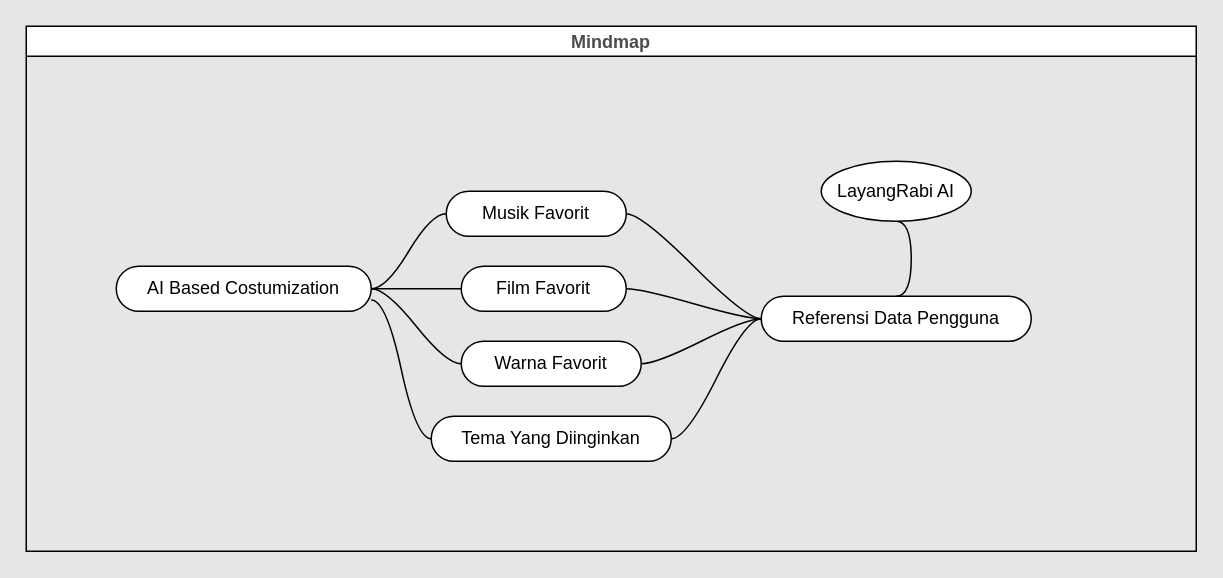
Lucifwr233/Tugas_kuliah keeps this draw.io diagram as Layang Rabi Mindmap.drawio. Above is the earlier version. Source tidied: cells renumbered, new cells numbered last; positions are measured from the earlier drawing's top-left corner, leaving out a move shared by most shapes. Both pictures are drawn from the tidied source at 150%, with x=0, y=0 at pixel (26, 26).
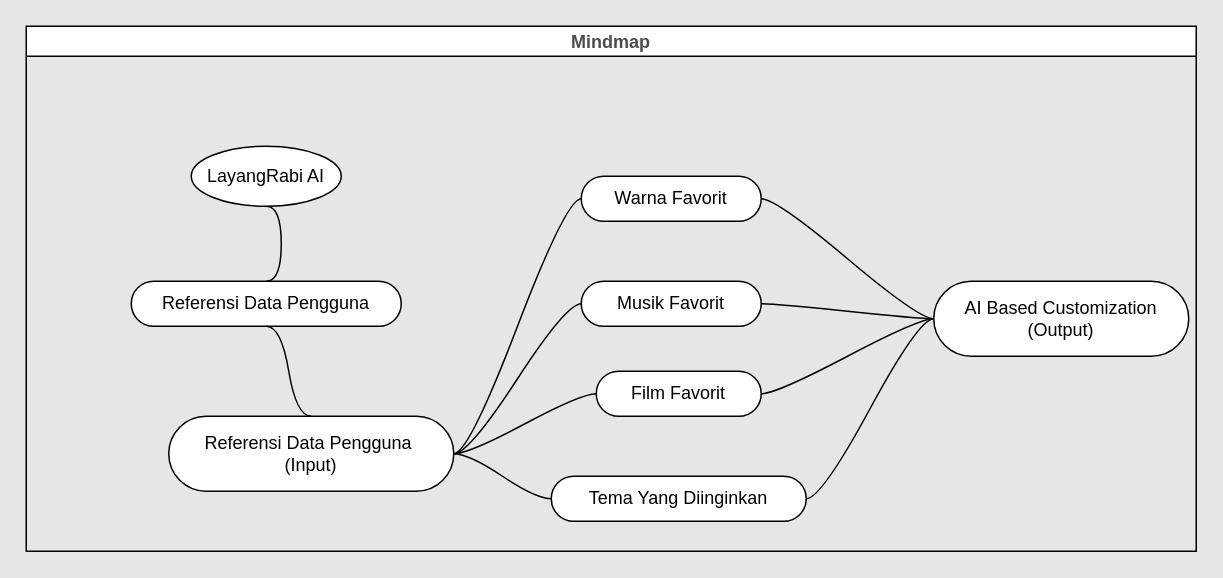
The same page after the edit.

Unchanged cells that the change refers to:
```xml
<mxCell id="2" value="Mindmap" style="swimlane;startSize=20;horizontal=1;containerType=tree;fontColor=#4D4D4D;" parent="1" vertex="1">
  <mxGeometry width="780" height="350" as="geometry" />
</mxCell>
```

What changed in the source:
```diff
@@
     <mxCell id="3" style="edgeStyle=entityRelationEdgeStyle;rounded=0;jettySize=auto;html=1;startArrow=none;endArrow=none;segment=10;curved=1;sourcePerimeterSpacing=0;targetPerimeterSpacing=0;exitX=0.5;exitY=0;exitDx=0;exitDy=0;entryX=0.5;entryY=1;entryDx=0;entryDy=0;" parent="2" edge="1" source="4" target="18">
-      <mxGeometry relative="1" as="geometry" />
+      <mxGeometry relative="1" as="geometry">
+        <Array as="points">
+          <mxPoint x="100" y="200" />
+          <mxPoint x="70" y="190" />
+          <mxPoint x="170" y="180" />
+        </Array>
+      </mxGeometry>
     </mxCell>
     <mxCell id="4" value="Referensi Data Pengguna" style="whiteSpace=wrap;html=1;rounded=1;arcSize=50;align=center;verticalAlign=middle;strokeWidth=1;spacing=4;newEdgeStyle={&quot;edgeStyle&quot;:&quot;entityRelationEdgeStyle&quot;,&quot;startArrow&quot;:&quot;none&quot;,&quot;endArrow&quot;:&quot;none&quot;,&quot;segment&quot;:10,&quot;curved&quot;:1,&quot;sourcePerimeterSpacing&quot;:0,&quot;targetPerimeterSpacing&quot;:0};" parent="2" vertex="1">
-      <mxGeometry x="490" y="180" width="180" height="30" as="geometry" />
+      <mxGeometry x="70" y="170" width="180" height="30" as="geometry" />
     </mxCell>
     <mxCell id="5" value="Musik Favorit" style="whiteSpace=wrap;html=1;rounded=1;arcSize=50;align=center;verticalAlign=middle;strokeWidth=1;spacing=4;newEdgeStyle={&quot;edgeStyle&quot;:&quot;entityRelationEdgeStyle&quot;,&quot;startArrow&quot;:&quot;none&quot;,&quot;endArrow&quot;:&quot;none&quot;,&quot;segment&quot;:10,&quot;curved&quot;:1,&quot;sourcePerimeterSpacing&quot;:0,&quot;targetPerimeterSpacing&quot;:0};" parent="2" vertex="1" collapsed="1">
-      <mxGeometry x="280" y="110" width="120" height="30" as="geometry" />
+      <mxGeometry x="370" y="170" width="120" height="30" as="geometry" />
     </mxCell>
-    <mxCell id="6" style="edgeStyle=entityRelationEdgeStyle;startArrow=none;endArrow=none;segment=10;curved=1;sourcePerimeterSpacing=0;targetPerimeterSpacing=0;rounded=0;" parent="2" edge="1" source="4" target="5">
+    <mxCell id="6" style="edgeStyle=entityRelationEdgeStyle;startArrow=none;endArrow=none;segment=10;curved=1;sourcePerimeterSpacing=0;targetPerimeterSpacing=0;rounded=0;exitX=1;exitY=0.5;exitDx=0;exitDy=0;" parent="2" edge="1" source="20" target="5">
       <mxGeometry relative="1" as="geometry" />
     </mxCell>
     <mxCell id="7" value="Film Favorit" style="whiteSpace=wrap;html=1;rounded=1;arcSize=50;align=center;verticalAlign=middle;strokeWidth=1;spacing=4;newEdgeStyle={&quot;edgeStyle&quot;:&quot;entityRelationEdgeStyle&quot;,&quot;startArrow&quot;:&quot;none&quot;,&quot;endArrow&quot;:&quot;none&quot;,&quot;segment&quot;:10,&quot;curved&quot;:1,&quot;sourcePerimeterSpacing&quot;:0,&quot;targetPerimeterSpacing&quot;:0};" parent="2" vertex="1">
-      <mxGeometry x="290" y="160" width="110" height="30" as="geometry" />
+      <mxGeometry x="380" y="230" width="110" height="30" as="geometry" />
     </mxCell>
-    <mxCell id="8" style="edgeStyle=entityRelationEdgeStyle;startArrow=none;endArrow=none;segment=10;curved=1;sourcePerimeterSpacing=0;targetPerimeterSpacing=0;rounded=0;" parent="2" edge="1" source="4" target="7">
-      <mxGeometry relative="1" as="geometry" />
+    <mxCell id="8" style="edgeStyle=entityRelationEdgeStyle;startArrow=none;endArrow=none;segment=10;curved=1;sourcePerimeterSpacing=0;targetPerimeterSpacing=0;rounded=0;exitX=1;exitY=0.5;exitDx=0;exitDy=0;" parent="2" edge="1" source="20" target="7">
+      <mxGeometry relative="1" as="geometry">
+        <Array as="points">
+          <mxPoint x="390" y="290" />
+        </Array>
+      </mxGeometry>
     </mxCell>
     <mxCell id="9" value="Warna Favorit" style="whiteSpace=wrap;html=1;rounded=1;arcSize=50;align=center;verticalAlign=middle;strokeWidth=1;spacing=4;newEdgeStyle={&quot;edgeStyle&quot;:&quot;entityRelationEdgeStyle&quot;,&quot;startArrow&quot;:&quot;none&quot;,&quot;endArrow&quot;:&quot;none&quot;,&quot;segment&quot;:10,&quot;curved&quot;:1,&quot;sourcePerimeterSpacing&quot;:0,&quot;targetPerimeterSpacing&quot;:0};" parent="2" vertex="1">
-      <mxGeometry x="290" y="210" width="120" height="30" as="geometry" />
+      <mxGeometry x="370" y="100" width="120" height="30" as="geometry" />
     </mxCell>
-    <mxCell id="10" style="edgeStyle=entityRelationEdgeStyle;startArrow=none;endArrow=none;segment=10;curved=1;sourcePerimeterSpacing=0;targetPerimeterSpacing=0;rounded=0;" parent="2" edge="1" source="4" target="9">
+    <mxCell id="10" style="edgeStyle=entityRelationEdgeStyle;startArrow=none;endArrow=none;segment=10;curved=1;sourcePerimeterSpacing=0;targetPerimeterSpacing=0;rounded=0;exitX=1;exitY=0.5;exitDx=0;exitDy=0;" parent="2" edge="1" source="20" target="9">
       <mxGeometry relative="1" as="geometry" />
     </mxCell>
-    <mxCell id="11" style="edgeStyle=entityRelationEdgeStyle;rounded=0;jettySize=auto;html=1;startArrow=none;endArrow=none;segment=10;curved=1;sourcePerimeterSpacing=0;targetPerimeterSpacing=0;" parent="2" edge="1" source="4" target="12">
-      <mxGeometry relative="1" as="geometry" />
+    <mxCell id="11" style="edgeStyle=entityRelationEdgeStyle;rounded=0;jettySize=auto;html=1;startArrow=none;endArrow=none;segment=10;curved=1;sourcePerimeterSpacing=0;targetPerimeterSpacing=0;exitX=1;exitY=0.5;exitDx=0;exitDy=0;" parent="2" edge="1" source="20" target="12">
+      <mxGeometry relative="1" as="geometry">
+        <Array as="points">
+          <mxPoint x="350" y="300" />
+          <mxPoint x="200" y="270" />
+        </Array>
+      </mxGeometry>
     </mxCell>
     <mxCell id="12" value="Tema Yang Diinginkan" style="whiteSpace=wrap;html=1;rounded=1;arcSize=50;align=center;verticalAlign=middle;strokeWidth=1;spacing=4;newEdgeStyle={&quot;edgeStyle&quot;:&quot;entityRelationEdgeStyle&quot;,&quot;startArrow&quot;:&quot;none&quot;,&quot;endArrow&quot;:&quot;none&quot;,&quot;segment&quot;:10,&quot;curved&quot;:1,&quot;sourcePerimeterSpacing&quot;:0,&quot;targetPerimeterSpacing&quot;:0};" parent="2" vertex="1">
-      <mxGeometry x="270" y="260" width="160" height="30" as="geometry" />
+      <mxGeometry x="350" y="300" width="170" height="30" as="geometry" />
     </mxCell>
-    <mxCell id="13" value="AI Based Costumization" style="whiteSpace=wrap;html=1;rounded=1;arcSize=50;align=center;verticalAlign=middle;strokeWidth=1;spacing=4;newEdgeStyle={&quot;edgeStyle&quot;:&quot;entityRelationEdgeStyle&quot;,&quot;startArrow&quot;:&quot;none&quot;,&quot;endArrow&quot;:&quot;none&quot;,&quot;segment&quot;:10,&quot;curved&quot;:1,&quot;sourcePerimeterSpacing&quot;:0,&quot;targetPerimeterSpacing&quot;:0};" parent="2" vertex="1" collapsed="1">
-      <mxGeometry x="60" y="160" width="170" height="30" as="geometry" />
+    <mxCell id="13" value="AI Based&amp;nbsp;Customization&lt;br&gt;(Output)" style="whiteSpace=wrap;html=1;rounded=1;arcSize=50;align=center;verticalAlign=middle;strokeWidth=1;spacing=4;newEdgeStyle={&quot;edgeStyle&quot;:&quot;entityRelationEdgeStyle&quot;,&quot;startArrow&quot;:&quot;none&quot;,&quot;endArrow&quot;:&quot;none&quot;,&quot;segment&quot;:10,&quot;curved&quot;:1,&quot;sourcePerimeterSpacing&quot;:0,&quot;targetPerimeterSpacing&quot;:0};" parent="2" vertex="1" collapsed="1">
+      <mxGeometry x="605" y="170" width="170" height="50" as="geometry" />
     </mxCell>
-    <mxCell id="14" style="edgeStyle=entityRelationEdgeStyle;startArrow=none;endArrow=none;segment=10;curved=1;sourcePerimeterSpacing=0;targetPerimeterSpacing=0;rounded=0;" parent="2" edge="1" source="5" target="13">
+    <mxCell id="14" style="edgeStyle=entityRelationEdgeStyle;startArrow=none;endArrow=none;segment=10;curved=1;sourcePerimeterSpacing=0;targetPerimeterSpacing=0;rounded=0;entryX=0;entryY=0.5;entryDx=0;entryDy=0;" parent="2" edge="1" source="5" target="13">
       <mxGeometry relative="1" as="geometry" />
     </mxCell>
@@
-    <mxCell id="17" style="edgeStyle=entityRelationEdgeStyle;rounded=0;jettySize=auto;html=1;startArrow=none;endArrow=none;segment=10;curved=1;sourcePerimeterSpacing=0;targetPerimeterSpacing=0;exitX=0;exitY=0.5;exitDx=0;exitDy=0;entryX=1;entryY=0.75;entryDx=0;entryDy=0;" parent="2" edge="1" source="12" target="13">
-      <mxGeometry relative="1" as="geometry" />
+    <mxCell id="17" style="edgeStyle=entityRelationEdgeStyle;rounded=0;jettySize=auto;html=1;startArrow=none;endArrow=none;segment=10;curved=1;sourcePerimeterSpacing=0;targetPerimeterSpacing=0;exitX=1;exitY=0.5;exitDx=0;exitDy=0;entryX=0;entryY=0.5;entryDx=0;entryDy=0;" parent="2" edge="1" source="12" target="13">
+      <mxGeometry relative="1" as="geometry">
+        <Array as="points">
+          <mxPoint x="240" y="300" />
+        </Array>
+      </mxGeometry>
     </mxCell>
     <mxCell id="18" value="LayangRabi AI" style="ellipse;whiteSpace=wrap;html=1;align=center;newEdgeStyle={&quot;edgeStyle&quot;:&quot;entityRelationEdgeStyle&quot;,&quot;startArrow&quot;:&quot;none&quot;,&quot;endArrow&quot;:&quot;none&quot;,&quot;segment&quot;:10,&quot;curved&quot;:1,&quot;sourcePerimeterSpacing&quot;:0,&quot;targetPerimeterSpacing&quot;:0};" parent="2" vertex="1">
-      <mxGeometry x="530" y="90" width="100" height="40" as="geometry" />
+      <mxGeometry x="110" y="80" width="100" height="40" as="geometry" />
     </mxCell>
+    <mxCell id="19" style="edgeStyle=entityRelationEdgeStyle;rounded=0;jettySize=auto;html=1;startArrow=none;endArrow=none;segment=10;curved=1;sourcePerimeterSpacing=0;targetPerimeterSpacing=0;entryX=0.5;entryY=0;entryDx=0;entryDy=0;exitX=0.5;exitY=1;exitDx=0;exitDy=0;" parent="2" edge="1" source="4" target="20">
+      <mxGeometry relative="1" as="geometry" />
+    </mxCell>
+    <mxCell id="20" value="Referensi Data Pengguna&amp;nbsp;&lt;br&gt;(Input)" style="whiteSpace=wrap;html=1;rounded=1;arcSize=50;align=center;verticalAlign=middle;strokeWidth=1;spacing=4;newEdgeStyle={&quot;edgeStyle&quot;:&quot;entityRelationEdgeStyle&quot;,&quot;startArrow&quot;:&quot;none&quot;,&quot;endArrow&quot;:&quot;none&quot;,&quot;segment&quot;:10,&quot;curved&quot;:1,&quot;sourcePerimeterSpacing&quot;:0,&quot;targetPerimeterSpacing&quot;:0};" parent="2" vertex="1">
+      <mxGeometry x="95" y="260" width="190" height="50" as="geometry" />
+    </mxCell>
```
